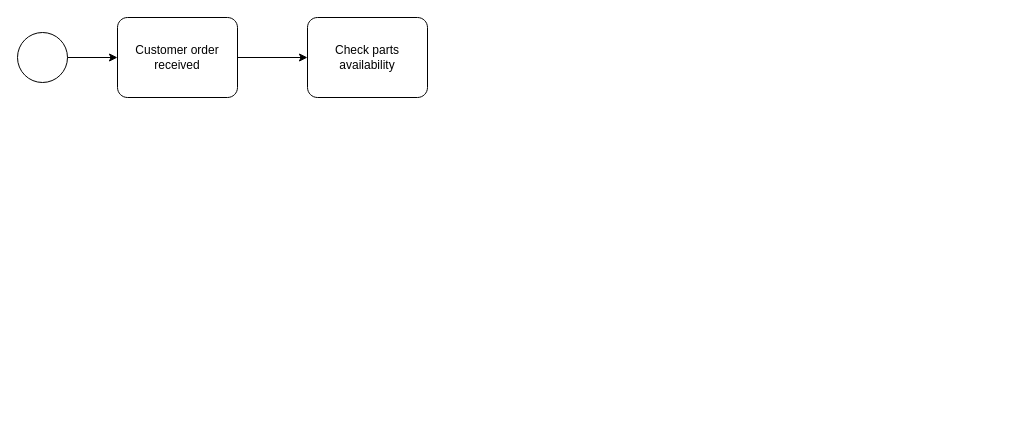
Earlier version of the draw.io diagram BPMN_exercise2.drawio (paasche0906/draw.io). Source tidied: cells renumbered, new cells numbered last; positions are measured from the earlier drawing's top-left corner, leaving out a move shared by most shapes. Both pictures are drawn from the tidied source at 100%, with x=0, y=0 at pixel (17, 17).
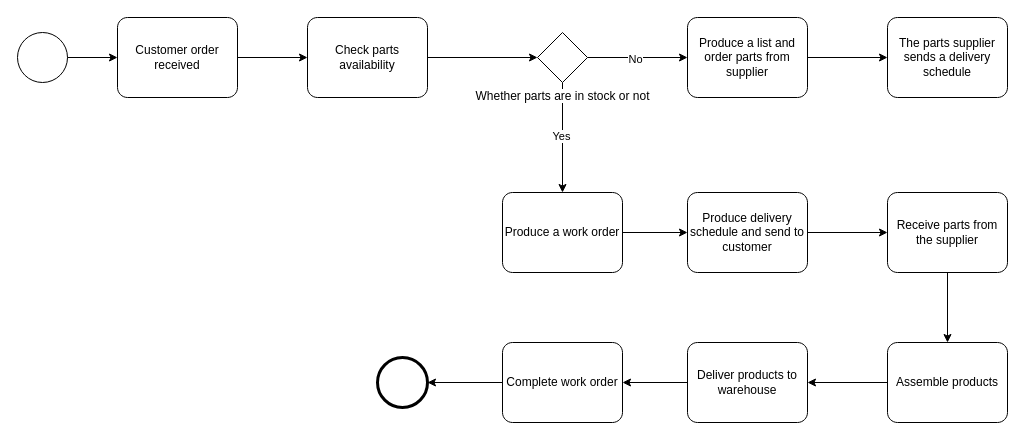
The same page after the edit.

The change refers to these unchanged cells:
```xml
<mxCell id="5" value="Check parts availability" style="points=[[0.25,0,0],[0.5,0,0],[0.75,0,0],[1,0.25,0],[1,0.5,0],[1,0.75,0],[0.75,1,0],[0.5,1,0],[0.25,1,0],[0,0.75,0],[0,0.5,0],[0,0.25,0]];shape=mxgraph.bpmn.task;whiteSpace=wrap;rectStyle=rounded;size=10;html=1;taskMarker=abstract;" parent="1" vertex="1">
  <mxGeometry x="290" width="120" height="80" as="geometry" />
</mxCell>
```

Diff of the diagram source:
```diff
@@
+    <mxCell id="7" style="edgeStyle=orthogonalEdgeStyle;rounded=0;jettySize=auto;html=1;" parent="1" edge="1" source="5" target="12">
+      <mxGeometry relative="1" as="geometry" />
+    </mxCell>
@@
+    <mxCell id="8" style="edgeStyle=orthogonalEdgeStyle;rounded=0;jettySize=auto;html=1;" parent="1" edge="1" source="12" target="14">
+      <mxGeometry relative="1" as="geometry" />
+    </mxCell>
+    <mxCell id="9" value="No" style="edgeLabel;html=1;align=center;verticalAlign=middle;" parent="8" vertex="1">
+      <mxGeometry x="-0.06" y="-1" relative="1" as="geometry" />
+    </mxCell>
+    <mxCell id="10" style="edgeStyle=orthogonalEdgeStyle;rounded=0;jettySize=auto;html=1;" parent="1" edge="1" source="12" target="17">
+      <mxGeometry relative="1" as="geometry" />
+    </mxCell>
+    <mxCell id="11" value="Yes" style="edgeLabel;html=1;align=center;verticalAlign=middle;" parent="10" vertex="1">
+      <mxGeometry x="-0.04" y="2" relative="1" as="geometry">
+        <mxPoint x="-4" as="offset" />
+      </mxGeometry>
+    </mxCell>
+    <mxCell id="12" value="Whether parts are in stock or not" style="points=[[0.25,0.25,0],[0.5,0,0],[0.75,0.25,0],[1,0.5,0],[0.75,0.75,0],[0.5,1,0],[0.25,0.75,0],[0,0.5,0]];shape=mxgraph.bpmn.gateway2;html=1;verticalLabelPosition=bottom;labelBackgroundColor=#ffffff;verticalAlign=top;align=center;perimeter=rhombusPerimeter;outlineConnect=0;outline=none;symbol=none;" parent="1" vertex="1">
+      <mxGeometry x="520" y="15" width="50" height="50" as="geometry" />
+    </mxCell>
+    <mxCell id="13" style="edgeStyle=orthogonalEdgeStyle;rounded=0;jettySize=auto;html=1;" parent="1" edge="1" source="14" target="15">
+      <mxGeometry relative="1" as="geometry" />
+    </mxCell>
+    <mxCell id="14" value="Produce a list and order parts from supplier" style="points=[[0.25,0,0],[0.5,0,0],[0.75,0,0],[1,0.25,0],[1,0.5,0],[1,0.75,0],[0.75,1,0],[0.5,1,0],[0.25,1,0],[0,0.75,0],[0,0.5,0],[0,0.25,0]];shape=mxgraph.bpmn.task;whiteSpace=wrap;rectStyle=rounded;size=10;html=1;taskMarker=abstract;" parent="1" vertex="1">
+      <mxGeometry x="670" width="120" height="80" as="geometry" />
+    </mxCell>
+    <mxCell id="15" value="The parts supplier sends a delivery schedule" style="points=[[0.25,0,0],[0.5,0,0],[0.75,0,0],[1,0.25,0],[1,0.5,0],[1,0.75,0],[0.75,1,0],[0.5,1,0],[0.25,1,0],[0,0.75,0],[0,0.5,0],[0,0.25,0]];shape=mxgraph.bpmn.task;whiteSpace=wrap;rectStyle=rounded;size=10;html=1;taskMarker=abstract;" parent="1" vertex="1">
+      <mxGeometry x="870" width="120" height="80" as="geometry" />
+    </mxCell>
+    <mxCell id="16" style="edgeStyle=orthogonalEdgeStyle;rounded=0;jettySize=auto;html=1;" parent="1" edge="1" source="17" target="19">
+      <mxGeometry relative="1" as="geometry" />
+    </mxCell>
+    <mxCell id="17" value="Produce a work order" style="points=[[0.25,0,0],[0.5,0,0],[0.75,0,0],[1,0.25,0],[1,0.5,0],[1,0.75,0],[0.75,1,0],[0.5,1,0],[0.25,1,0],[0,0.75,0],[0,0.5,0],[0,0.25,0]];shape=mxgraph.bpmn.task;whiteSpace=wrap;rectStyle=rounded;size=10;html=1;taskMarker=abstract;" parent="1" vertex="1">
+      <mxGeometry x="485" y="175" width="120" height="80" as="geometry" />
+    </mxCell>
+    <mxCell id="18" style="edgeStyle=orthogonalEdgeStyle;rounded=0;jettySize=auto;html=1;" parent="1" edge="1" source="19" target="21">
+      <mxGeometry relative="1" as="geometry" />
+    </mxCell>
+    <mxCell id="19" value="Produce delivery schedule and send to customer" style="points=[[0.25,0,0],[0.5,0,0],[0.75,0,0],[1,0.25,0],[1,0.5,0],[1,0.75,0],[0.75,1,0],[0.5,1,0],[0.25,1,0],[0,0.75,0],[0,0.5,0],[0,0.25,0]];shape=mxgraph.bpmn.task;whiteSpace=wrap;rectStyle=rounded;size=10;html=1;taskMarker=abstract;" parent="1" vertex="1">
+      <mxGeometry x="670" y="175" width="120" height="80" as="geometry" />
+    </mxCell>
+    <mxCell id="20" style="edgeStyle=orthogonalEdgeStyle;rounded=0;jettySize=auto;html=1;" parent="1" edge="1" source="21" target="23">
+      <mxGeometry relative="1" as="geometry" />
+    </mxCell>
+    <mxCell id="21" value="Receive parts from the supplier" style="points=[[0.25,0,0],[0.5,0,0],[0.75,0,0],[1,0.25,0],[1,0.5,0],[1,0.75,0],[0.75,1,0],[0.5,1,0],[0.25,1,0],[0,0.75,0],[0,0.5,0],[0,0.25,0]];shape=mxgraph.bpmn.task;whiteSpace=wrap;rectStyle=rounded;size=10;html=1;taskMarker=abstract;" parent="1" vertex="1">
+      <mxGeometry x="870" y="175" width="120" height="80" as="geometry" />
+    </mxCell>
+    <mxCell id="22" style="edgeStyle=orthogonalEdgeStyle;rounded=0;jettySize=auto;html=1;" parent="1" edge="1" source="23" target="25">
+      <mxGeometry relative="1" as="geometry" />
+    </mxCell>
+    <mxCell id="23" value="Assemble products" style="points=[[0.25,0,0],[0.5,0,0],[0.75,0,0],[1,0.25,0],[1,0.5,0],[1,0.75,0],[0.75,1,0],[0.5,1,0],[0.25,1,0],[0,0.75,0],[0,0.5,0],[0,0.25,0]];shape=mxgraph.bpmn.task;whiteSpace=wrap;rectStyle=rounded;size=10;html=1;taskMarker=abstract;" parent="1" vertex="1">
+      <mxGeometry x="870" y="325" width="120" height="80" as="geometry" />
+    </mxCell>
+    <mxCell id="24" style="edgeStyle=orthogonalEdgeStyle;rounded=0;jettySize=auto;html=1;" parent="1" edge="1" source="25" target="27">
+      <mxGeometry relative="1" as="geometry" />
+    </mxCell>
+    <mxCell id="25" value="Deliver products to warehouse" style="points=[[0.25,0,0],[0.5,0,0],[0.75,0,0],[1,0.25,0],[1,0.5,0],[1,0.75,0],[0.75,1,0],[0.5,1,0],[0.25,1,0],[0,0.75,0],[0,0.5,0],[0,0.25,0]];shape=mxgraph.bpmn.task;whiteSpace=wrap;rectStyle=rounded;size=10;html=1;taskMarker=abstract;" parent="1" vertex="1">
+      <mxGeometry x="670" y="325" width="120" height="80" as="geometry" />
+    </mxCell>
+    <mxCell id="26" style="edgeStyle=orthogonalEdgeStyle;rounded=0;jettySize=auto;html=1;" parent="1" edge="1" source="27" target="28">
+      <mxGeometry relative="1" as="geometry" />
+    </mxCell>
+    <mxCell id="27" value="Complete work order" style="points=[[0.25,0,0],[0.5,0,0],[0.75,0,0],[1,0.25,0],[1,0.5,0],[1,0.75,0],[0.75,1,0],[0.5,1,0],[0.25,1,0],[0,0.75,0],[0,0.5,0],[0,0.25,0]];shape=mxgraph.bpmn.task;whiteSpace=wrap;rectStyle=rounded;size=10;html=1;taskMarker=abstract;" parent="1" vertex="1">
+      <mxGeometry x="485" y="325" width="120" height="80" as="geometry" />
+    </mxCell>
+    <mxCell id="28" style="points=[[0.145,0.145,0],[0.5,0,0],[0.855,0.145,0],[1,0.5,0],[0.855,0.855,0],[0.5,1,0],[0.145,0.855,0],[0,0.5,0]];shape=mxgraph.bpmn.event;html=1;verticalLabelPosition=bottom;labelBackgroundColor=#ffffff;verticalAlign=top;align=center;perimeter=ellipsePerimeter;outlineConnect=0;outline=end;symbol=terminate2;" parent="1" vertex="1">
+      <mxGeometry x="360" y="340" width="50" height="50" as="geometry" />
+    </mxCell>
```
